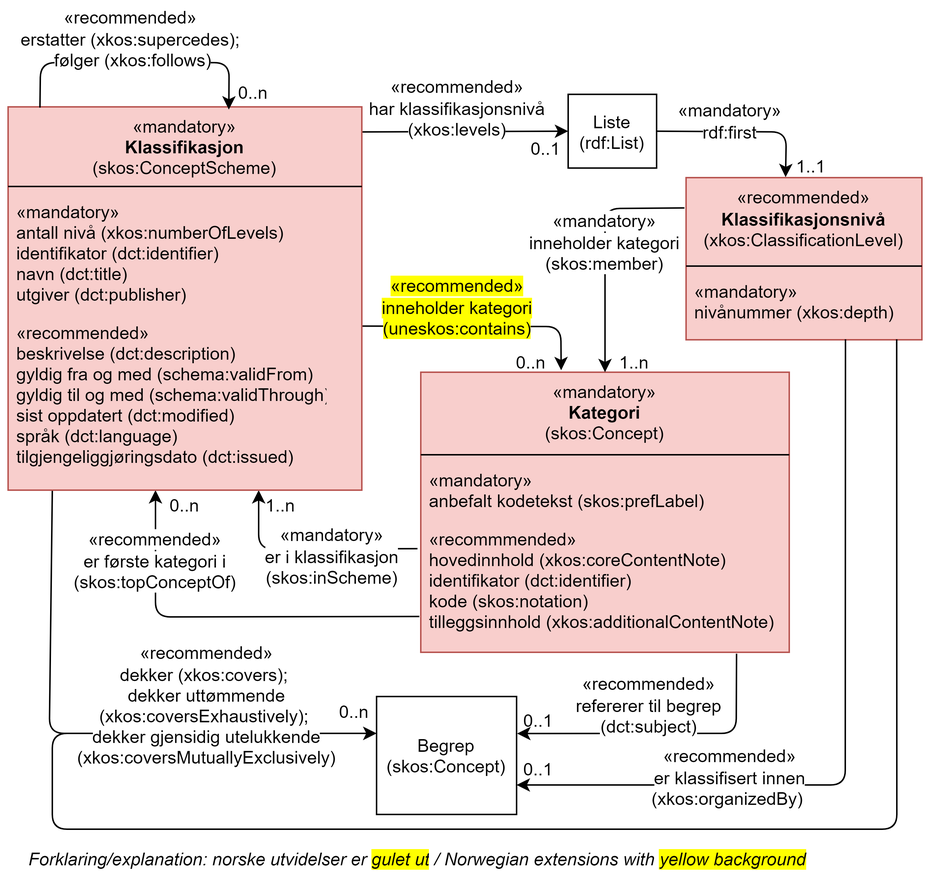
The draw.io diagram docs/images/ForenkletModell-XKOS-AP-NO-ObligatoriskeOgAnbefalte.png in Informasjonsforvaltning/xkos-ap-no, before a commit. Source tidied: cells renumbered, new cells last; positions are measured from the earlier drawing's top-left corner, leaving out a move shared by most shapes.
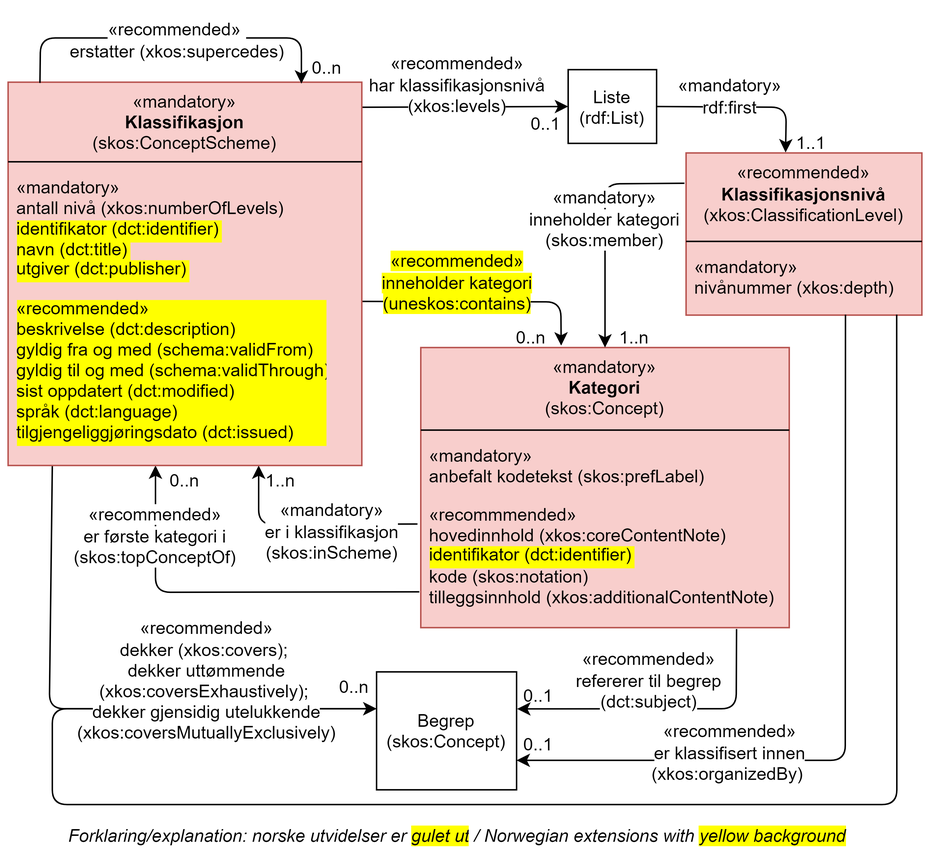
The same file after the commit.

The edit, as a diff of the source:
```diff
@@ -4,17 +4,17 @@
     <mxCell id="1" parent="0" />
     <mxCell id="2" style="endArrow=classic;html=1;fontFamily=Helvetica;fontSize=12;exitX=-0.009;exitY=0.246;exitDx=0;exitDy=0;exitPerimeter=0;" parent="1" edge="1" source="24">
       <mxGeometry relative="1" as="geometry">
-        <mxPoint x="170" y="324" as="targetPoint" />
+        <mxPoint x="170" y="324.1" as="targetPoint" />
         <Array as="points">
-          <mxPoint x="170" y="364" />
+          <mxPoint x="170" y="364.1" />
         </Array>
       </mxGeometry>
     </mxCell>
     <mxCell id="3" value="0..n" style="text;html=1;strokeColor=none;fillColor=none;align=center;verticalAlign=middle;whiteSpace=wrap;rounded=0;fontFamily=Helvetica;fontSize=12;" parent="1" vertex="1">
-      <mxGeometry x="220" y="464" width="30" height="20" as="geometry" />
+      <mxGeometry x="220" y="464.1" width="30" height="20" as="geometry" />
     </mxCell>
     <mxCell id="4" value="0..1" style="text;html=1;strokeColor=none;fillColor=none;align=center;verticalAlign=middle;whiteSpace=wrap;rounded=0;fontFamily=Helvetica;fontSize=12;" parent="1" vertex="1">
-      <mxGeometry x="345" y="470" width="30" height="20" as="geometry" />
+      <mxGeometry x="345" y="470.1" width="30" height="20" as="geometry" />
     </mxCell>
     <mxCell id="5" style="endArrow=classic;html=1;exitX=1;exitY=0.5;exitDx=0;exitDy=0;entryX=0;entryY=0.5;entryDx=0;entryDy=0;fontFamily=Helvetica;fontSize=12;" parent="1" edge="1" target="11">
       <mxGeometry relative="1" as="geometry">
@@ -44,41 +44,41 @@
       <mxGeometry x="380" y="55.5" width="60" height="50" as="geometry" />
     </mxCell>
     <mxCell id="12" value="Begrep&lt;br style=&quot;font-size: 12px;&quot;&gt;(skos:Concept)" style="rounded=0;whiteSpace=wrap;html=1;fillColor=#ffffff;fontFamily=Helvetica;fontSize=12;" parent="1" vertex="1">
-      <mxGeometry x="250" y="464" width="95" height="80" as="geometry" />
+      <mxGeometry x="250" y="464.1" width="95" height="80" as="geometry" />
     </mxCell>
     <mxCell id="13" style="endArrow=classic;html=1;fontFamily=Helvetica;fontSize=12;" parent="1" edge="1">
       <mxGeometry relative="1" as="geometry">
-        <mxPoint x="30" y="324" as="sourcePoint" />
-        <mxPoint x="250" y="489" as="targetPoint" />
+        <mxPoint x="30" y="324.1" as="sourcePoint" />
+        <mxPoint x="250" y="489.1" as="targetPoint" />
         <Array as="points">
-          <mxPoint x="28" y="489" />
+          <mxPoint x="28" y="489.1" />
         </Array>
       </mxGeometry>
     </mxCell>
     <mxCell id="14" value="0..n" style="text;html=1;strokeColor=none;fillColor=none;align=center;verticalAlign=middle;whiteSpace=wrap;rounded=0;fontFamily=Helvetica;fontSize=12;" parent="1" vertex="1">
-      <mxGeometry x="105" y="321" width="30" height="26" as="geometry" />
+      <mxGeometry x="105" y="321.1" width="30" height="26" as="geometry" />
     </mxCell>
     <mxCell id="15" value="0..n" style="text;html=1;strokeColor=none;fillColor=none;align=center;verticalAlign=middle;whiteSpace=wrap;rounded=0;fontFamily=Helvetica;fontSize=12;" parent="1" vertex="1">
-      <mxGeometry x="150" y="44" width="33" height="20" as="geometry" />
+      <mxGeometry x="200" y="44" width="33" height="20" as="geometry" />
     </mxCell>
     <mxCell id="16" style="endArrow=classic;html=1;fontFamily=Helvetica;fontSize=12;entryX=0.381;entryY=-0.007;entryDx=0;entryDy=0;exitX=0.997;exitY=0.572;exitDx=0;exitDy=0;exitPerimeter=0;entryPerimeter=0;" parent="1" edge="1" source="29" target="21">
       <mxGeometry relative="1" as="geometry">
         <Array as="points">
-          <mxPoint x="375" y="213" />
+          <mxPoint x="375" y="213.1" />
         </Array>
       </mxGeometry>
     </mxCell>
     <mxCell id="17" value="0..n" style="text;html=1;strokeColor=none;fillColor=none;align=center;verticalAlign=middle;whiteSpace=wrap;rounded=0;fontFamily=Helvetica;fontSize=12;" parent="1" vertex="1">
-      <mxGeometry x="340" y="227" width="30" height="20" as="geometry" />
+      <mxGeometry x="340" y="227.1" width="30" height="20" as="geometry" />
     </mxCell>
     <mxCell id="18" value="&lt;span style=&quot;background-color: rgb(255 , 255 , 0)&quot;&gt;&lt;span style=&quot;font-size: 12px&quot;&gt;&lt;span style=&quot;font-size: 12px ; line-height: 15.6933px&quot;&gt;«recommended&lt;/span&gt;&lt;span style=&quot;font-size: 12px ; line-height: 15.6933px&quot;&gt;»&lt;br&gt;&lt;/span&gt;inneholder kategori&lt;br style=&quot;font-size: 12px&quot;&gt;&lt;/span&gt;&lt;span style=&quot;font-size: 12px ; line-height: 107%&quot;&gt;(uneskos:contains)&lt;/span&gt;&lt;/span&gt;&lt;span style=&quot;background-color: rgb(255 , 255 , 255) ; font-size: 12px&quot;&gt;&lt;br style=&quot;font-size: 12px&quot;&gt;&lt;/span&gt;" style="text;html=1;align=center;verticalAlign=middle;whiteSpace=wrap;rounded=0;fillColor=none;fontFamily=Helvetica;fontSize=12;" parent="1" vertex="1">
       <mxGeometry x="248.2" y="176.4" width="113.5" height="47.6" as="geometry" />
     </mxCell>
     <mxCell id="19" value="Forklaring/explanation: norske utvidelser er&amp;nbsp;&lt;span style=&quot;background-color: rgb(255 , 255 , 0)&quot;&gt;gulet ut&lt;/span&gt;&lt;span style=&quot;background-color: rgb(255 , 255 , 255)&quot;&gt;&amp;nbsp;/ Norwegian extensions with &lt;/span&gt;&lt;span style=&quot;background-color: rgb(255 , 255 , 0)&quot;&gt;yellow background&lt;/span&gt;" style="text;html=1;strokeColor=none;fillColor=none;align=center;verticalAlign=middle;whiteSpace=wrap;rounded=0;fontStyle=2;" parent="1" vertex="1">
-      <mxGeometry x="6.2" y="564" width="543.8" height="20" as="geometry" />
+      <mxGeometry x="33.1" y="564.8" width="543.8" height="20" as="geometry" />
     </mxCell>
     <mxCell id="20" style="group;" parent="1" vertex="1">
-      <mxGeometry x="280" y="244" width="250" height="190" as="geometry" />
+      <mxGeometry x="280" y="244.1" width="250" height="190" as="geometry" />
     </mxCell>
     <mxCell id="21" value="&lt;span style=&quot;font-size: 12px; line-height: 107%;&quot;&gt;«mandatory&lt;/span&gt;&lt;span style=&quot;font-size: 12px; line-height: 107%;&quot;&gt;»&lt;/span&gt;&lt;br style=&quot;font-size: 12px;&quot;&gt;&lt;b style=&quot;font-size: 12px;&quot;&gt;Kategori&lt;/b&gt;&lt;br style=&quot;font-size: 12px;&quot;&gt;(skos:Concept)" style="rounded=0;whiteSpace=wrap;html=1;fillColor=#f8cecc;strokeColor=#b85450;verticalAlign=top;fontFamily=Helvetica;fontSize=12;" parent="20" vertex="1">
       <mxGeometry width="250" height="190" as="geometry" />
@@ -89,22 +89,25 @@
     <mxCell id="23" value="«mandatory»&#10;anbefalt kodetekst (skos:prefLabel)&#10;" style="text;strokeColor=none;fillColor=none;align=left;verticalAlign=top;spacingLeft=4;spacingRight=4;overflow=hidden;fontFamily=Helvetica;fontSize=12;" parent="20" vertex="1">
       <mxGeometry y="60" width="250" height="40" as="geometry" />
     </mxCell>
-    <mxCell id="24" value="«recommmended»&#10;hovedinnhold (xkos:coreContentNote)&#10;identifikator (dct:identifier) &#10;kode (skos:notation)&#10;tilleggsinnhold (xkos:additionalContentNote)&#10;" style="text;strokeColor=none;fillColor=none;align=left;verticalAlign=top;spacingLeft=4;spacingRight=4;overflow=hidden;points=[[0,0.5],[1,0.5]];portConstraint=eastwest;fontFamily=Helvetica;fontSize=12;" parent="20" vertex="1">
+    <mxCell id="24" value="«recommmended»&#10;hovedinnhold (xkos:coreContentNote)&#10; &#10;kode (skos:notation)&#10;tilleggsinnhold (xkos:additionalContentNote)&#10;" style="text;strokeColor=none;fillColor=none;align=left;verticalAlign=top;spacingLeft=4;spacingRight=4;overflow=hidden;points=[[0,0.5],[1,0.5]];portConstraint=eastwest;fontFamily=Helvetica;fontSize=12;" parent="20" vertex="1">
       <mxGeometry y="100" width="250" height="80" as="geometry" />
     </mxCell>
+    <mxCell id="50" value="identifikator (dct:identifier)" style="text;strokeColor=none;fillColor=none;align=left;verticalAlign=top;spacingLeft=4;spacingRight=4;overflow=hidden;labelBackgroundColor=#FFFF00;" parent="20" vertex="1">
+      <mxGeometry y="127" width="150" height="23" as="geometry" />
+    </mxCell>
     <mxCell id="25" value="&lt;span style=&quot;background-color: rgb(255, 255, 255); font-size: 12px;&quot;&gt;&lt;span style=&quot;font-size: 12px; line-height: 15.6933px;&quot;&gt;«mandatory&lt;/span&gt;&lt;span style=&quot;font-size: 12px; line-height: 15.6933px;&quot;&gt;»&lt;/span&gt;&lt;br style=&quot;font-size: 12px;&quot;&gt;er i klassifikasjon (skos:inScheme)&lt;/span&gt;" style="text;html=1;align=center;verticalAlign=middle;whiteSpace=wrap;rounded=0;fillColor=none;fontFamily=Helvetica;fontSize=12;" parent="1" vertex="1">
-      <mxGeometry x="170" y="354" width="100" height="30" as="geometry" />
+      <mxGeometry x="170" y="354.1" width="100" height="30" as="geometry" />
     </mxCell>
     <mxCell id="26" style="endArrow=classic;html=1;fontFamily=Helvetica;fontSize=12;exitX=-0.004;exitY=0.821;exitDx=0;exitDy=0;exitPerimeter=0;" parent="1" edge="1" source="24">
       <mxGeometry relative="1" as="geometry">
-        <mxPoint x="100" y="324" as="targetPoint" />
+        <mxPoint x="100" y="324.1" as="targetPoint" />
         <Array as="points">
-          <mxPoint x="100" y="410" />
+          <mxPoint x="100" y="410.1" />
         </Array>
       </mxGeometry>
     </mxCell>
     <mxCell id="27" value="1..n" style="text;html=1;strokeColor=none;fillColor=none;align=center;verticalAlign=middle;whiteSpace=wrap;rounded=0;fontFamily=Helvetica;fontSize=12;" parent="1" vertex="1">
-      <mxGeometry x="170" y="324" width="30" height="20" as="geometry" />
+      <mxGeometry x="170" y="324.1" width="30" height="20" as="geometry" />
     </mxCell>
     <mxCell id="28" style="group;" parent="1" vertex="1">
       <mxGeometry y="64" width="240" height="260" as="geometry" />
@@ -115,35 +118,45 @@
     <mxCell id="30" style="line;strokeWidth=1;fillColor=none;align=left;verticalAlign=middle;spacingTop=-1;spacingLeft=3;spacingRight=3;labelPosition=right;fontFamily=Helvetica;fontSize=12;" parent="28" vertex="1">
       <mxGeometry y="50" width="240" height="8" as="geometry" />
     </mxCell>
-    <mxCell id="31" value="«mandatory»&#10;antall nivå (xkos:numberOfLevels)&#10;identifikator (dct:identifier)&#10;navn (dct:title)&#10;utgiver (dct:publisher)&#10;" style="text;strokeColor=none;fillColor=none;align=left;verticalAlign=top;spacingLeft=4;spacingRight=4;overflow=hidden;fontFamily=Helvetica;fontSize=12;" parent="28" vertex="1">
-      <mxGeometry y="58" width="210" height="82" as="geometry" />
+    <mxCell id="31" value="«mandatory»&#10;antall nivå (xkos:numberOfLevels)&#10;" style="text;strokeColor=none;fillColor=none;align=left;verticalAlign=top;spacingLeft=4;spacingRight=4;overflow=hidden;fontFamily=Helvetica;fontSize=12;" parent="28" vertex="1">
+      <mxGeometry y="58" width="210" height="42" as="geometry" />
     </mxCell>
-    <mxCell id="32" value="«recommended»&#10;beskrivelse (dct:description)&#10;gyldig fra og med (schema:validFrom)&#10;gyldig til og med (schema:validThrough)&#10;sist oppdatert (dct:modified)&#10;språk (dct:language)&#10;tilgjengeliggjøringsdato (dct:issued)" style="text;strokeColor=none;fillColor=none;align=left;verticalAlign=top;spacingLeft=4;spacingRight=4;overflow=hidden;fontFamily=Helvetica;fontSize=12;" parent="28" vertex="1">
+    <mxCell id="32" value="«recommended»&#10;beskrivelse (dct:description)&#10;gyldig fra og med (schema:validFrom)&#10;gyldig til og med (schema:validThrough)&#10;sist oppdatert (dct:modified)&#10;språk (dct:language)&#10;tilgjengeliggjøringsdato (dct:issued)" style="text;strokeColor=none;fillColor=none;align=left;verticalAlign=top;spacingLeft=4;spacingRight=4;overflow=hidden;fontFamily=Helvetica;fontSize=12;labelBackgroundColor=#FFFF00;" parent="28" vertex="1">
       <mxGeometry y="140" width="220" height="110" as="geometry" />
     </mxCell>
-    <mxCell id="33" style="endArrow=classic;html=1;fontFamily=Helvetica;fontSize=12;exitX=0.09;exitY=0.002;exitDx=0;exitDy=0;entryX=0.624;entryY=0.007;entryDx=0;entryDy=0;entryPerimeter=0;exitPerimeter=0;" parent="28" edge="1" source="29" target="29">
+    <mxCell id="33" style="endArrow=classic;html=1;fontFamily=Helvetica;fontSize=12;exitX=0.09;exitY=0.002;exitDx=0;exitDy=0;exitPerimeter=0;" parent="28" edge="1" source="29">
       <mxGeometry x="-790" y="110" as="geometry">
+        <mxPoint x="199" y="1" as="targetPoint" />
         <Array as="points">
           <mxPoint x="22" y="-30" />
-          <mxPoint x="150" y="-30" />
+          <mxPoint x="199" y="-30" />
         </Array>
       </mxGeometry>
     </mxCell>
+    <mxCell id="51" value="navn (dct:title)" style="text;strokeColor=none;fillColor=none;align=left;verticalAlign=top;spacingLeft=4;spacingRight=4;overflow=hidden;labelBackgroundColor=#FFFF00;" parent="28" vertex="1">
+      <mxGeometry y="100" width="150" height="24" as="geometry" />
+    </mxCell>
+    <mxCell id="52" value="identifikator (dct:identifier)" style="text;strokeColor=none;fillColor=none;align=left;verticalAlign=top;spacingLeft=4;spacingRight=4;overflow=hidden;labelBackgroundColor=#FFFF00;" parent="28" vertex="1">
+      <mxGeometry y="86" width="150" height="24" as="geometry" />
+    </mxCell>
+    <mxCell id="53" value="utgiver (dct:publisher)" style="text;strokeColor=none;fillColor=none;align=left;verticalAlign=top;spacingLeft=4;spacingRight=4;overflow=hidden;labelBackgroundColor=#FFFF00;" parent="28" vertex="1">
+      <mxGeometry y="113" width="150" height="30" as="geometry" />
+    </mxCell>
-    <mxCell id="34" value="&lt;span style=&quot;background-color: rgb(255 , 255 , 255) ; font-size: 12px&quot;&gt;&lt;span style=&quot;font-size: 12px ; line-height: 15.6933px&quot;&gt;«recommended&lt;/span&gt;&lt;span style=&quot;font-size: 12px ; line-height: 15.6933px&quot;&gt;»&amp;nbsp;&lt;br style=&quot;font-size: 12px&quot;&gt;&lt;/span&gt;erstatter (xkos:supercedes);&amp;nbsp;&lt;br&gt;&lt;/span&gt;&lt;span style=&quot;background-color: rgb(255 , 255 , 255)&quot;&gt;følger (xkos:follows)&lt;/span&gt;&lt;span style=&quot;background-color: rgb(255 , 255 , 255) ; font-size: 12px&quot;&gt;&lt;br&gt;&lt;/span&gt;" style="text;html=1;strokeColor=none;fillColor=none;align=center;verticalAlign=middle;whiteSpace=wrap;rounded=0;fontFamily=Helvetica;fontSize=12;" parent="1" vertex="1">
-      <mxGeometry y="0.2" width="170" height="35" as="geometry" />
+    <mxCell id="34" value="&lt;span style=&quot;background-color: rgb(255 , 255 , 255) ; font-size: 12px&quot;&gt;&lt;span style=&quot;font-size: 12px ; line-height: 15.6933px&quot;&gt;«recommended&lt;/span&gt;&lt;span style=&quot;font-size: 12px ; line-height: 15.6933px&quot;&gt;»&amp;nbsp;&lt;br style=&quot;font-size: 12px&quot;&gt;&lt;/span&gt;erstatter (xkos:supercedes)&lt;/span&gt;&lt;span style=&quot;background-color: rgb(255 , 255 , 255) ; font-size: 12px&quot;&gt;&lt;br&gt;&lt;/span&gt;" style="text;html=1;strokeColor=none;fillColor=none;align=center;verticalAlign=middle;whiteSpace=wrap;rounded=0;fontFamily=Helvetica;fontSize=12;" parent="1" vertex="1">
+      <mxGeometry x="30" y="13.8" width="170" height="43.8" as="geometry" />
     </mxCell>
     <mxCell id="35" value="&lt;span style=&quot;background-color: rgb(255 , 255 , 255) ; font-size: 12px&quot;&gt;&lt;span style=&quot;font-size: 12px ; line-height: 15.6933px&quot;&gt;«recommended&lt;/span&gt;&lt;span style=&quot;font-size: 12px ; line-height: 15.6933px&quot;&gt;»&lt;/span&gt;&lt;br style=&quot;font-size: 12px&quot;&gt;er første kategori i&lt;br&gt;(skos:topConceptOf)&lt;/span&gt;" style="text;html=1;align=center;verticalAlign=middle;whiteSpace=wrap;rounded=0;fillColor=none;fontFamily=Helvetica;fontSize=12;" parent="1" vertex="1">
-      <mxGeometry x="40" y="347" width="120" height="50" as="geometry" />
+      <mxGeometry x="40" y="347.1" width="120" height="50" as="geometry" />
     </mxCell>
     <mxCell id="36" style="endArrow=classic;html=1;fontFamily=Helvetica;fontSize=12;exitX=0.857;exitY=1.005;exitDx=0;exitDy=0;entryX=1.004;entryY=0.314;entryDx=0;entryDy=0;entryPerimeter=0;exitPerimeter=0;" parent="1" edge="1" source="21" target="12">
       <mxGeometry relative="1" as="geometry">
         <Array as="points">
-          <mxPoint x="494" y="489" />
+          <mxPoint x="494" y="489.1" />
         </Array>
       </mxGeometry>
     </mxCell>
     <mxCell id="37" value="&lt;span style=&quot;background-color: rgb(255 , 255 , 255) ; font-size: 12px&quot;&gt;&lt;span style=&quot;font-size: 12px ; line-height: 15.6933px&quot;&gt;«recommended&lt;/span&gt;&lt;span style=&quot;font-size: 12px ; line-height: 15.6933px&quot;&gt;»&lt;/span&gt;&lt;br style=&quot;font-size: 12px&quot;&gt;refererer til begrep (dct:subject)&lt;/span&gt;" style="text;html=1;align=center;verticalAlign=middle;whiteSpace=wrap;rounded=0;fillColor=none;fontFamily=Helvetica;fontSize=12;" parent="1" vertex="1">
-      <mxGeometry x="380" y="450" width="110" height="40" as="geometry" />
+      <mxGeometry x="380" y="450.1" width="110" height="40" as="geometry" />
     </mxCell>
     <mxCell id="38" style="group;" parent="1" vertex="1">
       <mxGeometry x="460" y="112" width="160" height="110" as="geometry" />
@@ -158,12 +171,12 @@
       <mxGeometry y="56" width="160" height="8" as="geometry" />
     </mxCell>
     <mxCell id="42" value="1..n" style="text;html=1;strokeColor=none;fillColor=none;align=center;verticalAlign=middle;whiteSpace=wrap;rounded=0;rotation=0;fontFamily=Helvetica;fontSize=12;" parent="1" vertex="1">
-      <mxGeometry x="410" y="230" width="30" height="14" as="geometry" />
+      <mxGeometry x="410" y="230.1" width="30" height="14" as="geometry" />
     </mxCell>
     <mxCell id="43" style="endArrow=classic;html=1;fontFamily=Helvetica;fontSize=12;entryX=0.5;entryY=0;entryDx=0;entryDy=0;exitX=-0.007;exitY=0.187;exitDx=0;exitDy=0;exitPerimeter=0;" parent="1" edge="1" source="39" target="21">
       <mxGeometry relative="1" as="geometry">
         <Array as="points">
-          <mxPoint x="405" y="133" />
+          <mxPoint x="405" y="133.1" />
         </Array>
       </mxGeometry>
     </mxCell>
@@ -172,11 +185,11 @@
     </mxCell>
     <mxCell id="45" style="endArrow=classic;html=1;fontFamily=Helvetica;fontSize=12;exitX=0.893;exitY=0.997;exitDx=0;exitDy=0;exitPerimeter=0;" parent="1" edge="1" source="39">
       <mxGeometry relative="1" as="geometry">
-        <mxPoint x="250" y="489" as="targetPoint" />
+        <mxPoint x="250" y="489.1" as="targetPoint" />
         <Array as="points">
           <mxPoint x="603" y="554" />
           <mxPoint x="30" y="554" />
-          <mxPoint x="30" y="489" />
+          <mxPoint x="30" y="489.1" />
         </Array>
       </mxGeometry>
     </mxCell>
@@ -188,13 +201,13 @@
       </mxGeometry>
     </mxCell>
     <mxCell id="47" value="&lt;span style=&quot;background-color: rgb(255 , 255 , 255) ; font-size: 12px&quot;&gt;&lt;span style=&quot;font-size: 12px ; line-height: 15.6933px&quot;&gt;«recommended&lt;/span&gt;&lt;span style=&quot;font-size: 12px ; line-height: 15.6933px&quot;&gt;»&lt;br style=&quot;font-size: 12px&quot;&gt;&lt;/span&gt;dekker (xkos:covers); &lt;br&gt;dekker uttømmende (xkos:coversExhaustively); &lt;br&gt;dekker gjensidig utelukkende (xkos:coversMutuallyExclusively)&lt;/span&gt;" style="text;html=1;align=center;verticalAlign=middle;whiteSpace=wrap;rounded=0;fillColor=none;fontFamily=Helvetica;fontSize=12;" parent="1" vertex="1">
-      <mxGeometry x="45" y="430" width="180" height="80" as="geometry" />
+      <mxGeometry x="45" y="430.1" width="180" height="80" as="geometry" />
     </mxCell>
     <mxCell id="48" value="&lt;span style=&quot;background-color: rgb(255, 255, 255); font-size: 12px;&quot;&gt;&lt;span style=&quot;font-size: 12px; line-height: 15.6933px;&quot;&gt;«recommended&lt;/span&gt;&lt;span style=&quot;font-size: 12px; line-height: 15.6933px;&quot;&gt;»&lt;br style=&quot;font-size: 12px;&quot;&gt;&lt;/span&gt;er klassifisert innen (xkos:organizedBy)&amp;nbsp;&lt;br style=&quot;font-size: 12px;&quot;&gt;&lt;/span&gt;" style="text;html=1;align=center;verticalAlign=middle;whiteSpace=wrap;rounded=0;fillColor=none;fontFamily=Helvetica;fontSize=12;" parent="1" vertex="1">
-      <mxGeometry x="430" y="499" width="120" height="40" as="geometry" />
+      <mxGeometry x="430" y="499.1" width="120" height="40" as="geometry" />
     </mxCell>
     <mxCell id="49" value="0..1" style="text;html=1;strokeColor=none;fillColor=none;align=center;verticalAlign=middle;whiteSpace=wrap;rounded=0;fontFamily=Helvetica;fontSize=12;" parent="1" vertex="1">
-      <mxGeometry x="345" y="505" width="30" height="15" as="geometry" />
+      <mxGeometry x="345" y="505.1" width="30" height="15" as="geometry" />
     </mxCell>
   </root>
 </mxGraphModel>
```
